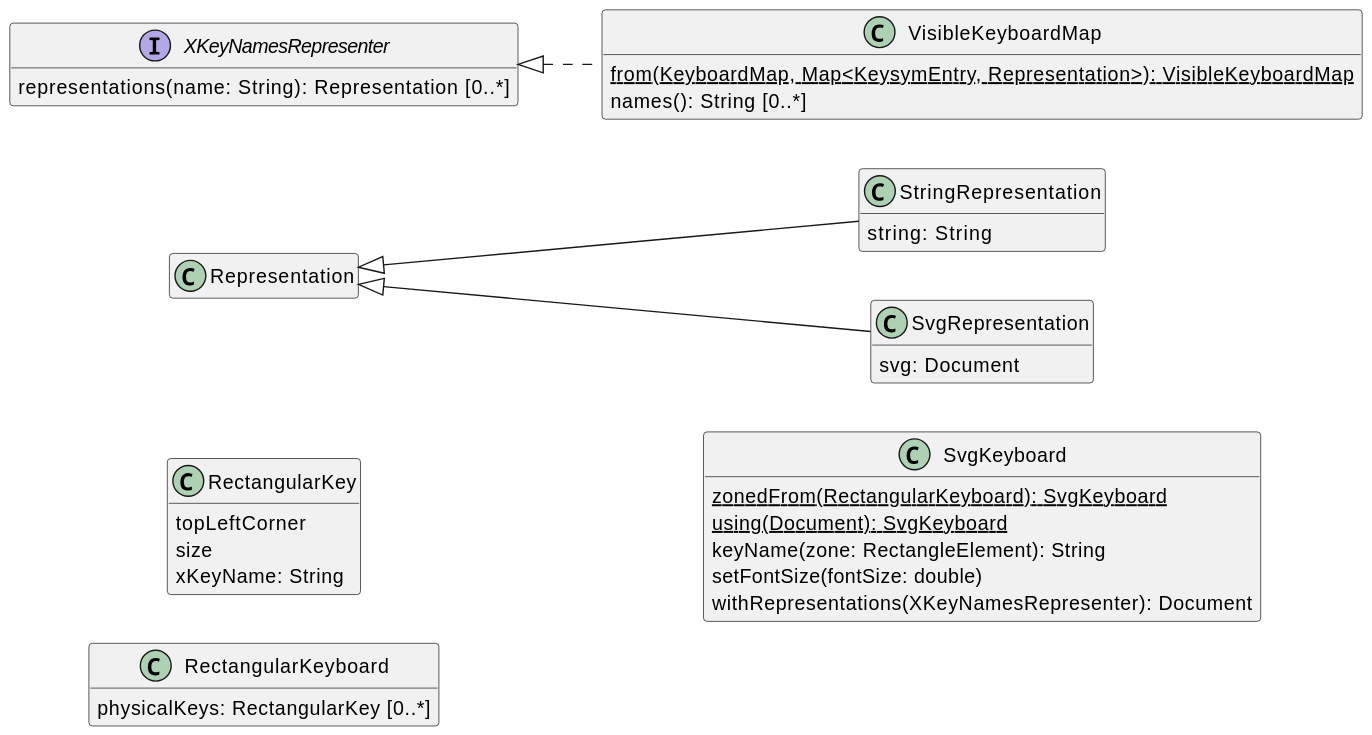
Above: Representable.svg in oliviercailloux/Keyboardd (PlantUML), before the change.
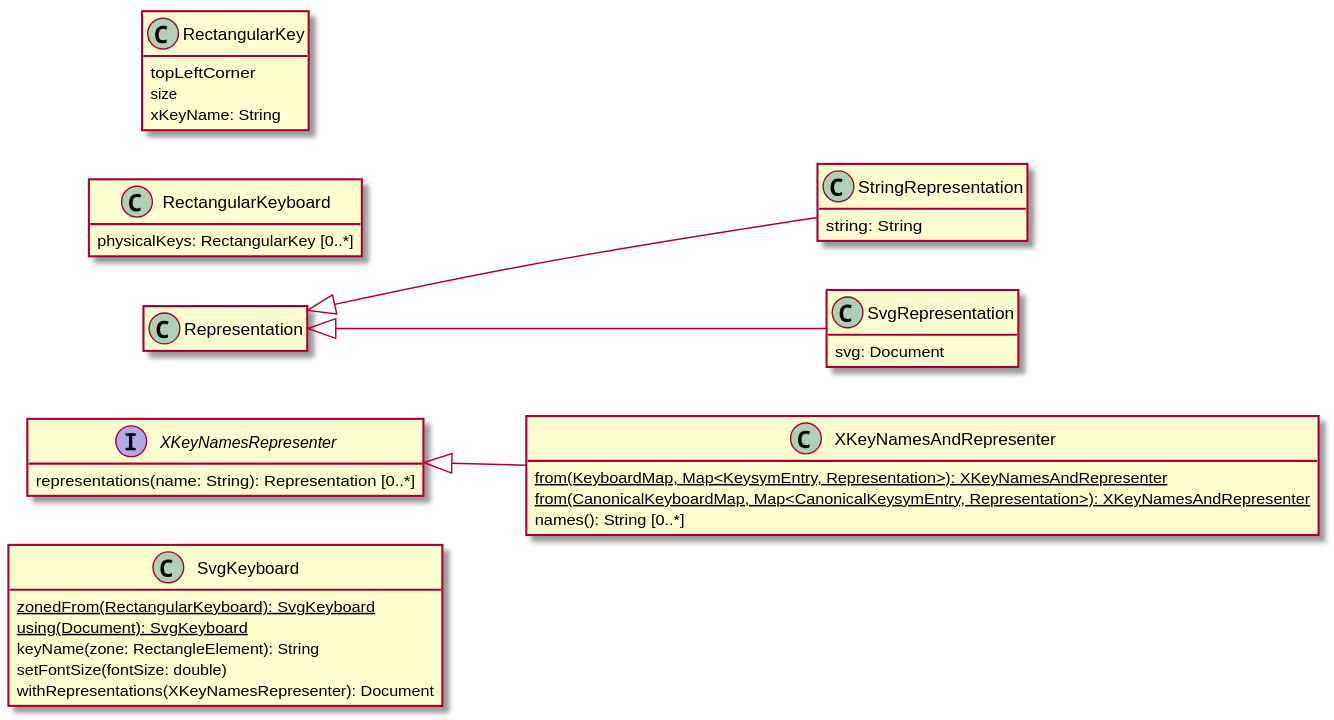
The same diagram one commit later.

Diff of the diagram source:
```diff
@@ -1,4 +1,4 @@
-@startuml
+@startuml Representable
 hide empty members
 left to right direction
 
@@ -17,11 +17,12 @@
   representations(name: String): Representation [0..*]
 }
 
-class "VisibleKeyboardMap" {
-  {static} from(KeyboardMap, Map<KeysymEntry, Representation>): VisibleKeyboardMap
+class "XKeyNamesAndRepresenter" {
+  {static} from(KeyboardMap, Map<KeysymEntry, Representation>): XKeyNamesAndRepresenter
+  {static} from(CanonicalKeyboardMap, Map<CanonicalKeysymEntry, Representation>): XKeyNamesAndRepresenter
   names(): String [0..*]
 }
-"XKeyNamesRepresenter" <|-[dashed]- "VisibleKeyboardMap"
+"XKeyNamesRepresenter" <|-- "XKeyNamesAndRepresenter"
 
 class "RectangularKey" {
   topLeftCorner
@@ -40,4 +41,8 @@
   setFontSize(fontSize: double)
   withRepresentations(XKeyNamesRepresenter): Document
 }
+
+"RectangularKeyboard" -[hidden]> "Representation"
+"Representation" -[hidden]> "XKeyNamesRepresenter"
+"XKeyNamesRepresenter" -[hidden]> "SvgKeyboard"
 @enduml
```
